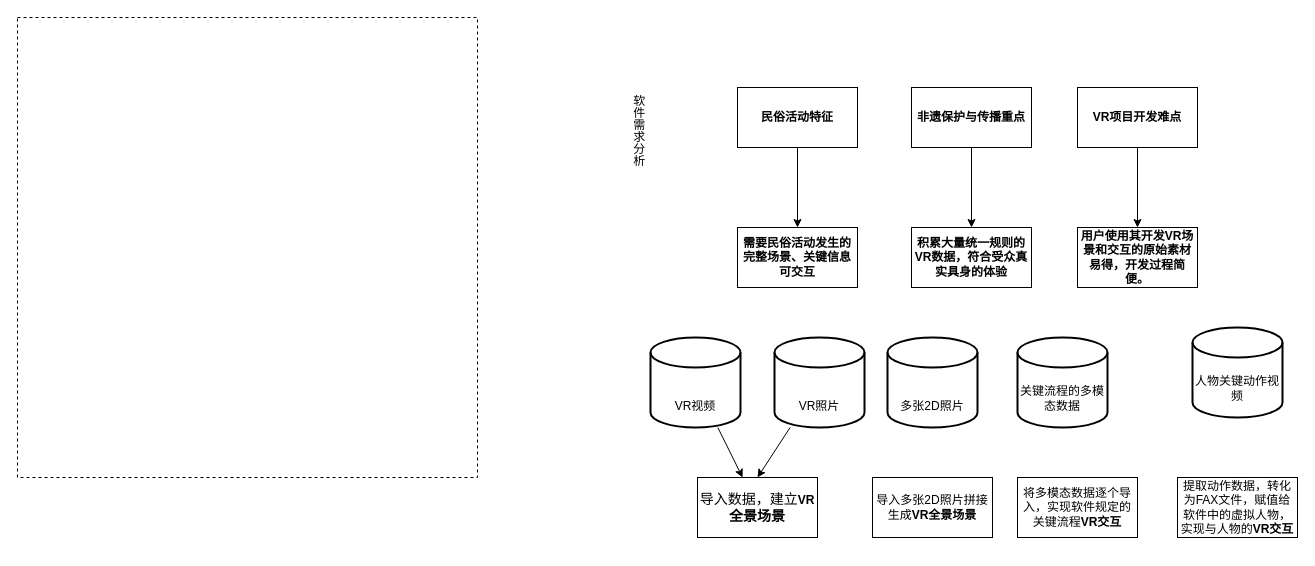
Earlier version of the draw.io diagram guangzi2.drawio (Ajiandcircle/test). Source tidied: cells renumbered, new cells numbered last; positions are measured from the earlier drawing's top-left corner, leaving out a move shared by most shapes. Both pictures are drawn from the tidied source at 100%, with x=0, y=0 at pixel (17, 17).
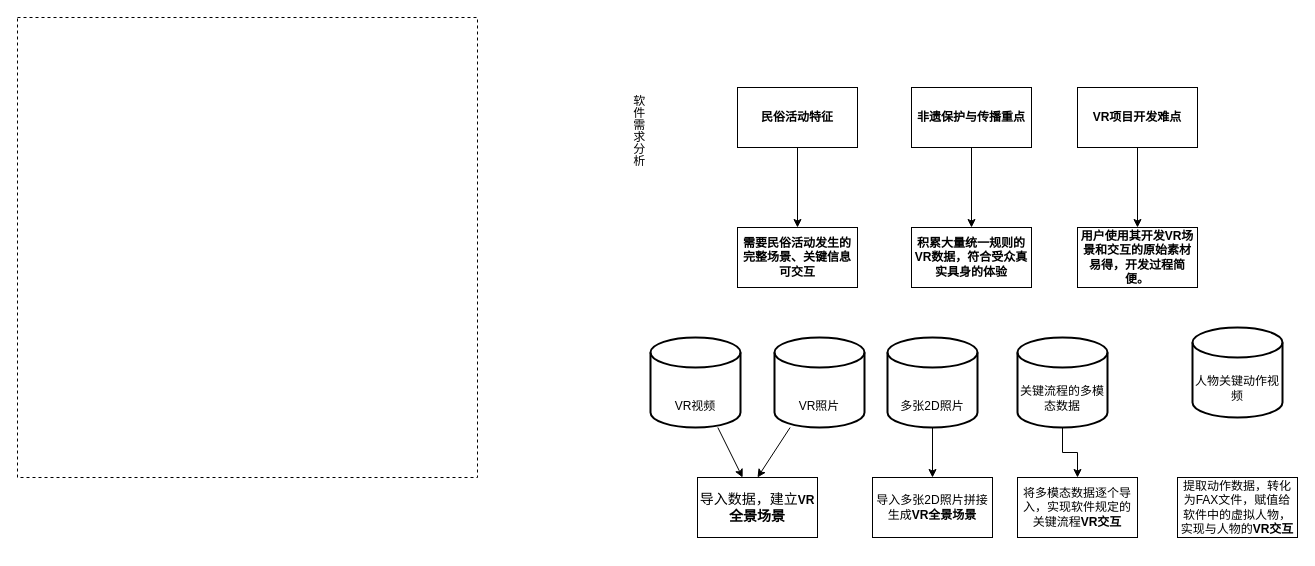
The same page after the edit.

Unchanged cells that the change refers to:
```xml
<mxCell id="18" value="&lt;p class=&quot;MsoNormal&quot;&gt;&lt;span style=&quot;font-family:宋体;mso-ascii-font-family:Calibri;&lt;br/&gt;mso-ascii-theme-font:minor-latin;mso-fareast-theme-font:minor-fareast;&lt;br/&gt;mso-hansi-font-family:Calibri;mso-hansi-theme-font:minor-latin&quot;&gt;关键流程的多模态数据&lt;/span&gt;&lt;span lang=&quot;EN-US&quot;&gt;&lt;/span&gt;&lt;/p&gt;&lt;p class=&quot;MsoNormal&quot;&gt;&lt;span lang=&quot;EN-US&quot;&gt;&lt;/span&gt;&lt;/p&gt;" style="strokeWidth=2;html=1;shape=mxgraph.flowchart.database;whiteSpace=wrap;verticalAlign=bottom;" parent="1" vertex="1">
  <mxGeometry x="1000" y="320" width="90" height="90" as="geometry" />
</mxCell>
<mxCell id="19" value="多张2D照片&lt;p class=&quot;MsoNormal&quot;&gt;&lt;span lang=&quot;EN-US&quot;&gt;&lt;/span&gt;&lt;/p&gt;" style="strokeWidth=2;html=1;shape=mxgraph.flowchart.database;whiteSpace=wrap;verticalAlign=bottom;" parent="1" vertex="1">
  <mxGeometry x="870" y="320" width="90" height="90" as="geometry" />
</mxCell>
<mxCell id="21" value="&lt;p class=&quot;MsoNormal&quot;&gt;&lt;span style=&quot;font-family:宋体;mso-ascii-font-family:Calibri;&lt;br/&gt;mso-ascii-theme-font:minor-latin;mso-fareast-theme-font:minor-fareast;&lt;br/&gt;mso-hansi-font-family:Calibri;mso-hansi-theme-font:minor-latin&quot;&gt;将多模态数据逐个导入，实现软件规定的关键流程&lt;/span&gt;&lt;b&gt;&lt;span lang=&quot;EN-US&quot;&gt;VR&lt;/span&gt;&lt;/b&gt;&lt;b&gt;&lt;span style=&quot;font-family:宋体;mso-ascii-font-family:&lt;br/&gt;Calibri;mso-ascii-theme-font:minor-latin;mso-fareast-theme-font:minor-fareast;&lt;br/&gt;mso-hansi-font-family:Calibri;mso-hansi-theme-font:minor-latin&quot;&gt;交互&lt;/span&gt;&lt;/b&gt;&lt;span lang=&quot;EN-US&quot;&gt;&lt;/span&gt;&lt;/p&gt;" style="rounded=0;whiteSpace=wrap;html=1;" parent="1" vertex="1">
  <mxGeometry x="1000" y="460" width="120" height="60" as="geometry" />
</mxCell>
<mxCell id="22" value="&lt;p class=&quot;MsoNormal&quot;&gt;&lt;span style=&quot;font-family:宋体;mso-ascii-font-family:Calibri;&lt;br/&gt;mso-ascii-theme-font:minor-latin;mso-fareast-theme-font:minor-fareast;&lt;br/&gt;mso-hansi-font-family:Calibri;mso-hansi-theme-font:minor-latin&quot;&gt;导入多张&lt;/span&gt;&lt;span lang=&quot;EN-US&quot;&gt;2D&lt;/span&gt;&lt;span style=&quot;font-family:宋体;mso-ascii-font-family:Calibri;&lt;br/&gt;mso-ascii-theme-font:minor-latin;mso-fareast-theme-font:minor-fareast;&lt;br/&gt;mso-hansi-font-family:Calibri;mso-hansi-theme-font:minor-latin&quot;&gt;照片拼接生成&lt;/span&gt;&lt;b&gt;&lt;span lang=&quot;EN-US&quot;&gt;VR&lt;/span&gt;&lt;/b&gt;&lt;b&gt;&lt;span style=&quot;font-family:宋体;mso-ascii-font-family:&lt;br/&gt;Calibri;mso-ascii-theme-font:minor-latin;mso-fareast-theme-font:minor-fareast;&lt;br/&gt;mso-hansi-font-family:Calibri;mso-hansi-theme-font:minor-latin&quot;&gt;全景场景&lt;/span&gt;&lt;/b&gt;&lt;span lang=&quot;EN-US&quot;&gt;&lt;/span&gt;&lt;/p&gt;" style="rounded=0;whiteSpace=wrap;html=1;" parent="1" vertex="1">
  <mxGeometry x="855" y="460" width="120" height="60" as="geometry" />
</mxCell>
```

What changed in the source:
```diff
@@
+    <mxCell id="24" style="edgeStyle=orthogonalEdgeStyle;rounded=0;jettySize=auto;html=1;" parent="1" edge="1" source="18" target="21">
+      <mxGeometry relative="1" as="geometry" />
+    </mxCell>
@@
+    <mxCell id="25" style="edgeStyle=orthogonalEdgeStyle;rounded=0;jettySize=auto;html=1;entryX=0.5;entryY=0;entryDx=0;entryDy=0;" parent="1" edge="1" source="19" target="22">
+      <mxGeometry relative="1" as="geometry" />
+    </mxCell>
```
